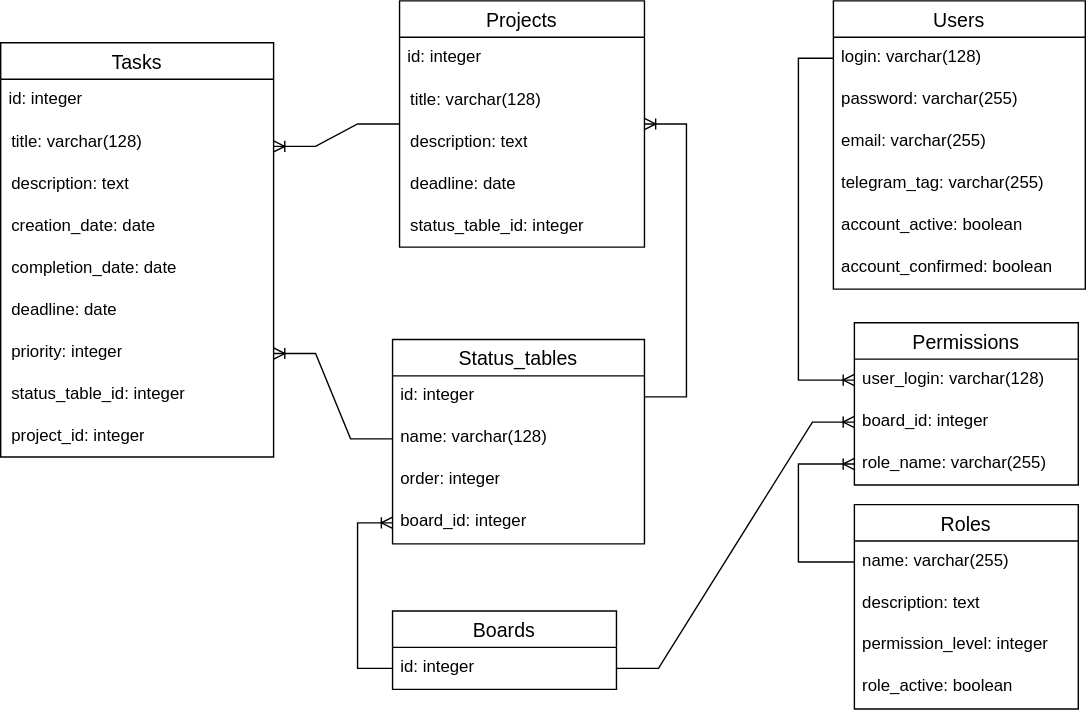
Leerv474/PeachNote keeps this draw.io diagram as documentation/dataSchemas/PhysicalSchema.svg. Above is the earlier version. Source tidied: cells renumbered, new cells last; positions are measured from the earlier drawing's top-left corner, leaving out a move shared by most shapes.
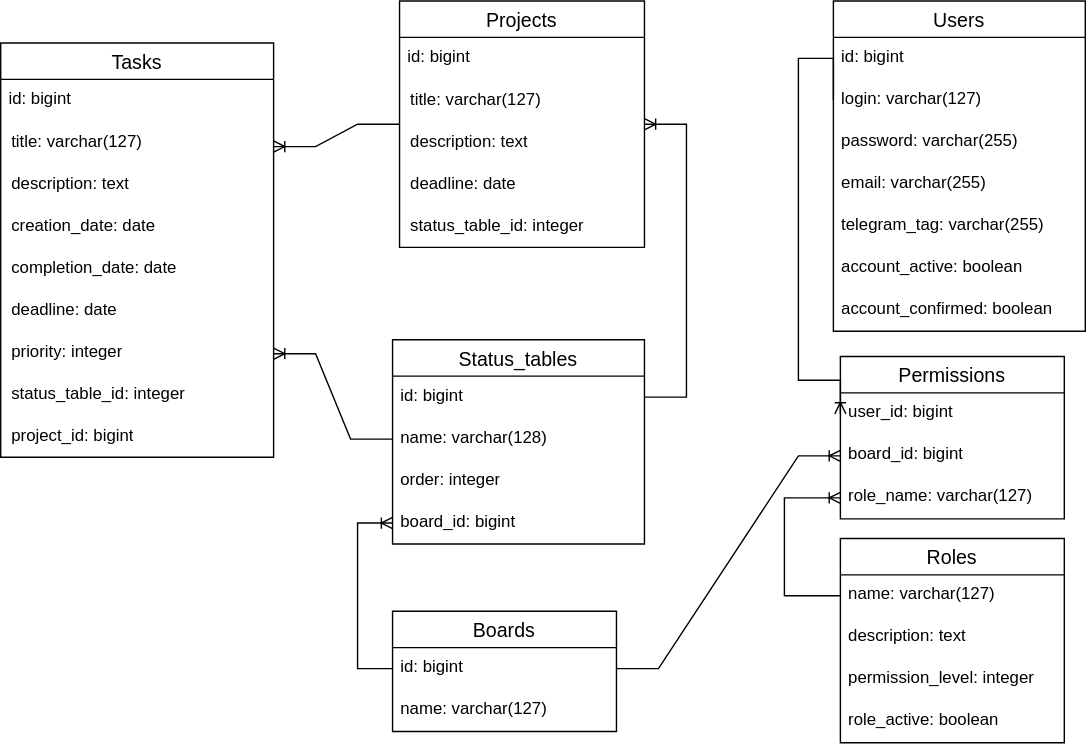
The same file after the commit.

Change to the diagram source:
```diff
@@ -5,10 +5,10 @@
     <mxCell id="2" value="Tasks" style="swimlane;fontStyle=0;horizontal=1;startSize=26;align=center;fontSize=14;" parent="1" vertex="1">
       <mxGeometry y="30" width="195" height="296" as="geometry" />
     </mxCell>
-    <mxCell id="3" value="id: integer" style="text;strokeColor=none;fillColor=none;spacingLeft=4;spacingRight=4;overflow=hidden;fontSize=12;whiteSpace=wrap;html=1;" parent="2" vertex="1">
+    <mxCell id="3" value="id: bigint" style="text;strokeColor=none;fillColor=none;spacingLeft=4;spacingRight=4;overflow=hidden;fontSize=12;whiteSpace=wrap;html=1;" parent="2" vertex="1">
       <mxGeometry y="26" width="195" height="30" as="geometry" />
     </mxCell>
-    <mxCell id="4" value="title: varchar(128)" style="shape=partialRectangle;fillColor=none;top=0;left=0;bottom=0;right=0;align=left;spacingLeft=6;overflow=hidden;whiteSpace=wrap;html=1;" parent="2" vertex="1">
+    <mxCell id="4" value="title: varchar(127)" style="shape=partialRectangle;fillColor=none;top=0;left=0;bottom=0;right=0;align=left;spacingLeft=6;overflow=hidden;whiteSpace=wrap;html=1;" parent="2" vertex="1">
       <mxGeometry y="56" width="195" height="30" as="geometry" />
     </mxCell>
     <mxCell id="5" value="description: text" style="shape=partialRectangle;fillColor=none;top=0;left=0;bottom=0;right=0;align=left;spacingLeft=6;overflow=hidden;whiteSpace=wrap;html=1;" parent="2" vertex="1">
@@ -29,16 +29,16 @@
     <mxCell id="10" value="status_table_id: integer" style="shape=partialRectangle;fillColor=none;top=0;left=0;bottom=0;right=0;align=left;spacingLeft=6;overflow=hidden;whiteSpace=wrap;html=1;" parent="2" vertex="1">
       <mxGeometry y="236" width="195" height="30" as="geometry" />
     </mxCell>
-    <mxCell id="11" value="project_id: integer" style="shape=partialRectangle;fillColor=none;top=0;left=0;bottom=0;right=0;align=left;spacingLeft=6;overflow=hidden;whiteSpace=wrap;html=1;" parent="2" vertex="1">
+    <mxCell id="11" value="project_id: bigint" style="shape=partialRectangle;fillColor=none;top=0;left=0;bottom=0;right=0;align=left;spacingLeft=6;overflow=hidden;whiteSpace=wrap;html=1;" parent="2" vertex="1">
       <mxGeometry y="266" width="195" height="30" as="geometry" />
     </mxCell>
     <mxCell id="12" value="Projects" style="swimlane;fontStyle=0;horizontal=1;startSize=26;align=center;fontSize=14;" parent="1" vertex="1">
       <mxGeometry x="285" width="175" height="176" as="geometry" />
     </mxCell>
-    <mxCell id="13" value="id: integer" style="text;strokeColor=none;fillColor=none;spacingLeft=4;spacingRight=4;overflow=hidden;fontSize=12;whiteSpace=wrap;html=1;" parent="12" vertex="1">
+    <mxCell id="13" value="id: bigint" style="text;strokeColor=none;fillColor=none;spacingLeft=4;spacingRight=4;overflow=hidden;fontSize=12;whiteSpace=wrap;html=1;" parent="12" vertex="1">
       <mxGeometry y="26" width="175" height="30" as="geometry" />
     </mxCell>
-    <mxCell id="14" value="title: varchar(128)" style="shape=partialRectangle;fillColor=none;top=0;left=0;bottom=0;right=0;align=left;spacingLeft=6;overflow=hidden;whiteSpace=wrap;html=1;" parent="12" vertex="1">
+    <mxCell id="14" value="title: varchar(127)" style="shape=partialRectangle;fillColor=none;top=0;left=0;bottom=0;right=0;align=left;spacingLeft=6;overflow=hidden;whiteSpace=wrap;html=1;" parent="12" vertex="1">
       <mxGeometry y="56" width="175" height="30" as="geometry" />
     </mxCell>
     <mxCell id="15" value="description: text" style="shape=partialRectangle;fillColor=none;top=0;left=0;bottom=0;right=0;align=left;spacingLeft=6;overflow=hidden;whiteSpace=wrap;html=1;" parent="12" vertex="1">
@@ -53,7 +53,7 @@
     <mxCell id="18" value="Status_tables" style="swimlane;fontStyle=0;horizontal=1;startSize=26;align=center;fontSize=14;" parent="1" vertex="1">
       <mxGeometry x="280" y="242" width="180" height="146" as="geometry" />
     </mxCell>
-    <mxCell id="19" value="id: integer" style="text;strokeColor=none;fillColor=none;spacingLeft=4;spacingRight=4;overflow=hidden;points=[[0,0.5],[1,0.5]];portConstraint=eastwest;fontSize=12;whiteSpace=wrap;html=1;" parent="18" vertex="1">
+    <mxCell id="19" value="id: bigint" style="text;strokeColor=none;fillColor=none;spacingLeft=4;spacingRight=4;overflow=hidden;points=[[0,0.5],[1,0.5]];portConstraint=eastwest;fontSize=12;whiteSpace=wrap;html=1;" parent="18" vertex="1">
       <mxGeometry y="26" width="180" height="30" as="geometry" />
     </mxCell>
     <mxCell id="20" value="name: varchar(128)" style="text;strokeColor=none;fillColor=none;spacingLeft=4;spacingRight=4;overflow=hidden;points=[[0,0.5],[1,0.5]];portConstraint=eastwest;fontSize=12;whiteSpace=wrap;html=1;" parent="18" vertex="1">
@@ -62,36 +62,42 @@
     <mxCell id="21" value="order: integer" style="text;strokeColor=none;fillColor=none;spacingLeft=4;spacingRight=4;overflow=hidden;fontSize=12;whiteSpace=wrap;html=1;" parent="18" vertex="1">
       <mxGeometry y="86" width="180" height="30" as="geometry" />
     </mxCell>
-    <mxCell id="22" value="board_id: integer" style="text;strokeColor=none;fillColor=none;spacingLeft=4;spacingRight=4;overflow=hidden;points=[[0,0.5],[1,0.5]];portConstraint=eastwest;fontSize=12;whiteSpace=wrap;html=1;" parent="18" vertex="1">
+    <mxCell id="22" value="board_id: bigint" style="text;strokeColor=none;fillColor=none;spacingLeft=4;spacingRight=4;overflow=hidden;points=[[0,0.5],[1,0.5]];portConstraint=eastwest;fontSize=12;whiteSpace=wrap;html=1;" parent="18" vertex="1">
       <mxGeometry y="116" width="180" height="30" as="geometry" />
     </mxCell>
     <mxCell id="23" value="Users" style="swimlane;fontStyle=0;horizontal=1;startSize=26;align=center;fontSize=14;" parent="1" vertex="1">
-      <mxGeometry x="595" width="180" height="206" as="geometry" />
+      <mxGeometry x="595" width="180" height="236" as="geometry" />
     </mxCell>
+    <mxCell id="48" value="id: bigint" style="text;strokeColor=none;fillColor=none;spacingLeft=4;spacingRight=4;overflow=hidden;fontSize=12;whiteSpace=wrap;html=1;" parent="23" vertex="1">
+      <mxGeometry y="26" width="180" height="30" as="geometry" />
+    </mxCell>
-    <mxCell id="24" value="login: varchar(128)" style="text;strokeColor=none;fillColor=none;spacingLeft=4;spacingRight=4;overflow=hidden;points=[[0,0.5],[1,0.5]];portConstraint=eastwest;fontSize=12;whiteSpace=wrap;html=1;" parent="23" vertex="1">
-      <mxGeometry y="26" width="180" height="30" as="geometry" />
+    <mxCell id="24" value="login: varchar(127)" style="text;strokeColor=none;fillColor=none;spacingLeft=4;spacingRight=4;overflow=hidden;points=[[0,0.5],[1,0.5]];portConstraint=eastwest;fontSize=12;whiteSpace=wrap;html=1;" parent="23" vertex="1">
+      <mxGeometry y="56" width="180" height="30" as="geometry" />
     </mxCell>
     <mxCell id="25" value="password: varchar(255)" style="text;strokeColor=none;fillColor=none;spacingLeft=4;spacingRight=4;overflow=hidden;fontSize=12;whiteSpace=wrap;html=1;" parent="23" vertex="1">
-      <mxGeometry y="56" width="180" height="30" as="geometry" />
+      <mxGeometry y="86" width="180" height="30" as="geometry" />
     </mxCell>
     <mxCell id="26" value="email: varchar(255)" style="text;strokeColor=none;fillColor=none;spacingLeft=4;spacingRight=4;overflow=hidden;fontSize=12;whiteSpace=wrap;html=1;" parent="23" vertex="1">
-      <mxGeometry y="86" width="180" height="30" as="geometry" />
+      <mxGeometry y="116" width="180" height="30" as="geometry" />
     </mxCell>
     <mxCell id="27" value="telegram_tag: varchar(255)" style="text;strokeColor=none;fillColor=none;spacingLeft=4;spacingRight=4;overflow=hidden;fontSize=12;whiteSpace=wrap;html=1;" parent="23" vertex="1">
-      <mxGeometry y="116" width="180" height="30" as="geometry" />
+      <mxGeometry y="146" width="180" height="30" as="geometry" />
     </mxCell>
     <mxCell id="28" value="account_active: boolean" style="text;strokeColor=none;fillColor=none;spacingLeft=4;spacingRight=4;overflow=hidden;fontSize=12;whiteSpace=wrap;html=1;" parent="23" vertex="1">
-      <mxGeometry y="146" width="180" height="30" as="geometry" />
+      <mxGeometry y="176" width="180" height="30" as="geometry" />
     </mxCell>
     <mxCell id="29" value="account_confirmed: boolean" style="text;strokeColor=none;fillColor=none;spacingLeft=4;spacingRight=4;overflow=hidden;fontSize=12;whiteSpace=wrap;html=1;" parent="23" vertex="1">
-      <mxGeometry y="176" width="180" height="30" as="geometry" />
+      <mxGeometry y="206" width="180" height="30" as="geometry" />
     </mxCell>
     <mxCell id="30" value="Boards" style="swimlane;fontStyle=0;horizontal=1;startSize=26;align=center;fontSize=14;" parent="1" vertex="1">
-      <mxGeometry x="280" y="436" width="160" height="56" as="geometry" />
+      <mxGeometry x="280" y="436" width="160" height="86" as="geometry" />
     </mxCell>
-    <mxCell id="31" value="id: integer" style="text;strokeColor=none;fillColor=none;spacingLeft=4;spacingRight=4;overflow=hidden;points=[[0,0.5],[1,0.5]];portConstraint=eastwest;fontSize=12;whiteSpace=wrap;html=1;" parent="30" vertex="1">
+    <mxCell id="31" value="id: bigint" style="text;strokeColor=none;fillColor=none;spacingLeft=4;spacingRight=4;overflow=hidden;points=[[0,0.5],[1,0.5]];portConstraint=eastwest;fontSize=12;whiteSpace=wrap;html=1;" parent="30" vertex="1">
       <mxGeometry y="26" width="160" height="30" as="geometry" />
     </mxCell>
+    <mxCell id="49" value="name: varchar(127)" style="text;strokeColor=none;fillColor=none;spacingLeft=4;spacingRight=4;overflow=hidden;fontSize=12;whiteSpace=wrap;html=1;" parent="30" vertex="1">
+      <mxGeometry y="56" width="160" height="30" as="geometry" />
+    </mxCell>
     <mxCell id="32" style="edgeStyle=entityRelationEdgeStyle;fontSize=12;html=1;endArrow=ERoneToMany;rounded=0;exitX=0;exitY=0.5;exitDx=0;exitDy=0;entryX=1;entryY=0.75;entryDx=0;entryDy=0;" parent="1" edge="1" source="20" target="2">
       <mxGeometry relative="1" as="geometry" />
     </mxCell>
@@ -115,15 +121,15 @@
       </mxGeometry>
     </mxCell>
     <mxCell id="36" value="Permissions" style="swimlane;fontStyle=0;horizontal=1;startSize=26;align=center;fontSize=14;" parent="1" vertex="1">
-      <mxGeometry x="610" y="230" width="160" height="116" as="geometry" />
+      <mxGeometry x="600" y="254" width="160" height="116" as="geometry" />
     </mxCell>
-    <mxCell id="37" value="user_login: varchar(128)" style="text;strokeColor=none;fillColor=none;spacingLeft=4;spacingRight=4;overflow=hidden;points=[[0,0.5],[1,0.5]];portConstraint=eastwest;fontSize=12;whiteSpace=wrap;html=1;" parent="36" vertex="1">
+    <mxCell id="37" value="user_id: bigint" style="text;strokeColor=none;fillColor=none;spacingLeft=4;spacingRight=4;overflow=hidden;points=[[0,0.5],[1,0.5]];portConstraint=eastwest;fontSize=12;whiteSpace=wrap;html=1;" parent="36" vertex="1">
       <mxGeometry y="26" width="160" height="30" as="geometry" />
     </mxCell>
-    <mxCell id="38" value="board_id: integer" style="text;strokeColor=none;fillColor=none;spacingLeft=4;spacingRight=4;overflow=hidden;points=[[0,0.5],[1,0.5]];portConstraint=eastwest;fontSize=12;whiteSpace=wrap;html=1;" parent="36" vertex="1">
+    <mxCell id="38" value="board_id: bigint" style="text;strokeColor=none;fillColor=none;spacingLeft=4;spacingRight=4;overflow=hidden;points=[[0,0.5],[1,0.5]];portConstraint=eastwest;fontSize=12;whiteSpace=wrap;html=1;" parent="36" vertex="1">
       <mxGeometry y="56" width="160" height="30" as="geometry" />
     </mxCell>
-    <mxCell id="39" value="role_name: varchar(255)" style="text;strokeColor=none;fillColor=none;spacingLeft=4;spacingRight=4;overflow=hidden;points=[[0,0.5],[1,0.5]];portConstraint=eastwest;fontSize=12;whiteSpace=wrap;html=1;" parent="36" vertex="1">
+    <mxCell id="39" value="role_name: varchar(127)" style="text;strokeColor=none;fillColor=none;spacingLeft=4;spacingRight=4;overflow=hidden;points=[[0,0.5],[1,0.5]];portConstraint=eastwest;fontSize=12;whiteSpace=wrap;html=1;" parent="36" vertex="1">
       <mxGeometry y="86" width="160" height="30" as="geometry" />
     </mxCell>
     <mxCell id="40" style="edgeStyle=orthogonalEdgeStyle;fontSize=12;html=1;endArrow=ERoneToMany;rounded=0;exitX=0;exitY=0.5;exitDx=0;exitDy=0;entryX=0;entryY=0.5;entryDx=0;entryDy=0;" parent="1" edge="1" source="24" target="37">
@@ -135,9 +141,9 @@
       </mxGeometry>
     </mxCell>
     <mxCell id="41" value="Roles" style="swimlane;fontStyle=0;horizontal=1;startSize=26;align=center;fontSize=14;" parent="1" vertex="1">
-      <mxGeometry x="610" y="360" width="160" height="146" as="geometry" />
+      <mxGeometry x="600" y="384" width="160" height="146" as="geometry" />
     </mxCell>
-    <mxCell id="42" value="name: varchar(255)" style="text;strokeColor=none;fillColor=none;spacingLeft=4;spacingRight=4;overflow=hidden;points=[[0,0.5],[1,0.5]];portConstraint=eastwest;fontSize=12;whiteSpace=wrap;html=1;" parent="41" vertex="1">
+    <mxCell id="42" value="name: varchar(127)" style="text;strokeColor=none;fillColor=none;spacingLeft=4;spacingRight=4;overflow=hidden;points=[[0,0.5],[1,0.5]];portConstraint=eastwest;fontSize=12;whiteSpace=wrap;html=1;" parent="41" vertex="1">
       <mxGeometry y="26" width="160" height="30" as="geometry" />
     </mxCell>
     <mxCell id="43" value="description: text" style="text;strokeColor=none;fillColor=none;spacingLeft=4;spacingRight=4;overflow=hidden;fontSize=12;whiteSpace=wrap;html=1;" parent="41" vertex="1">
@@ -155,8 +161,8 @@
     <mxCell id="47" style="edgeStyle=orthogonalEdgeStyle;fontSize=12;html=1;endArrow=ERoneToMany;rounded=0;exitX=0;exitY=0.5;exitDx=0;exitDy=0;entryX=0;entryY=0.5;entryDx=0;entryDy=0;" parent="1" edge="1" source="42" target="39">
       <mxGeometry relative="1" as="geometry">
         <Array as="points">
-          <mxPoint x="570" y="401" />
-          <mxPoint x="570" y="331" />
+          <mxPoint x="560" y="425" />
+          <mxPoint x="560" y="355" />
         </Array>
       </mxGeometry>
     </mxCell>
```
